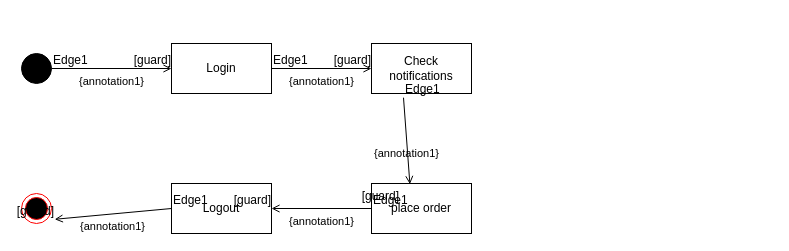
lalithasomineni/javadump keeps this draw.io diagram as Untitled Diagram.drawio. Above is the earlier version. Source tidied: cells renumbered, new cells numbered last; positions are measured from the earlier drawing's top-left corner, leaving out a move shared by most shapes. Both pictures are drawn from the tidied source at 100%, with x=0, y=0 at pixel (21, 43).
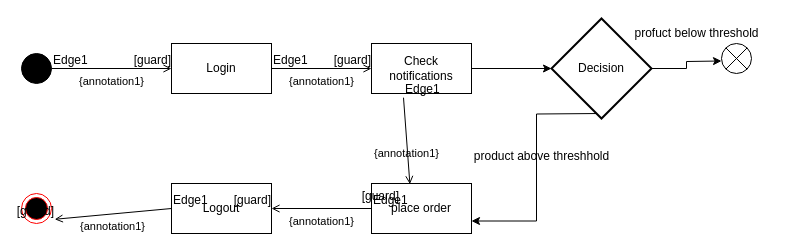
Above is the later version.

The change refers to these unchanged cells:
```xml
<mxCell id="4" value="Check notifications" style="html=1;dashed=0;whiteSpace=wrap;" parent="1" vertex="1">
  <mxGeometry x="350" width="100" height="50" as="geometry" />
</mxCell>
<mxCell id="5" value="place order" style="html=1;dashed=0;whiteSpace=wrap;" parent="1" vertex="1">
  <mxGeometry x="350" y="140" width="100" height="50" as="geometry" />
</mxCell>
```

Change to the diagram source:
```diff
@@
+    <mxCell id="23" style="edgeStyle=orthogonalEdgeStyle;rounded=0;jettySize=auto;html=1;" parent="1" edge="1" source="4" target="26">
+      <mxGeometry relative="1" as="geometry" />
+    </mxCell>
@@
+    <mxCell id="24" style="edgeStyle=orthogonalEdgeStyle;rounded=0;jettySize=auto;html=1;" parent="1" edge="1" source="26">
+      <mxGeometry relative="1" as="geometry">
+        <mxPoint x="700" y="17.5" as="targetPoint" />
+      </mxGeometry>
+    </mxCell>
+    <mxCell id="25" style="edgeStyle=orthogonalEdgeStyle;rounded=0;jettySize=auto;html=1;entryX=1;entryY=0.75;entryDx=0;entryDy=0;" parent="1" edge="1" target="5">
+      <mxGeometry relative="1" as="geometry">
+        <mxPoint x="580" y="70" as="sourcePoint" />
+      </mxGeometry>
+    </mxCell>
+    <mxCell id="26" value="Decision" style="strokeWidth=2;html=1;shape=mxgraph.flowchart.decision;whiteSpace=wrap;" parent="1" vertex="1">
+      <mxGeometry x="530" y="-25" width="100" height="100" as="geometry" />
+    </mxCell>
+    <mxCell id="27" style="shape=sumEllipse;perimeter=ellipsePerimeter;html=1;backgroundOutline=1;" parent="1" vertex="1">
+      <mxGeometry x="700" width="30" height="30" as="geometry" />
+    </mxCell>
+    <mxCell id="28" value="profuct below threshold" style="text;html=1;align=center;verticalAlign=middle;strokeColor=none;fillColor=none;" parent="1" vertex="1">
+      <mxGeometry x="600" y="-25" width="150" height="30" as="geometry" />
+    </mxCell>
+    <mxCell id="29" value="product above threshhold" style="text;html=1;align=center;verticalAlign=middle;strokeColor=none;fillColor=none;" parent="1" vertex="1">
+      <mxGeometry x="440" y="98" width="160" height="30" as="geometry" />
+    </mxCell>
```
